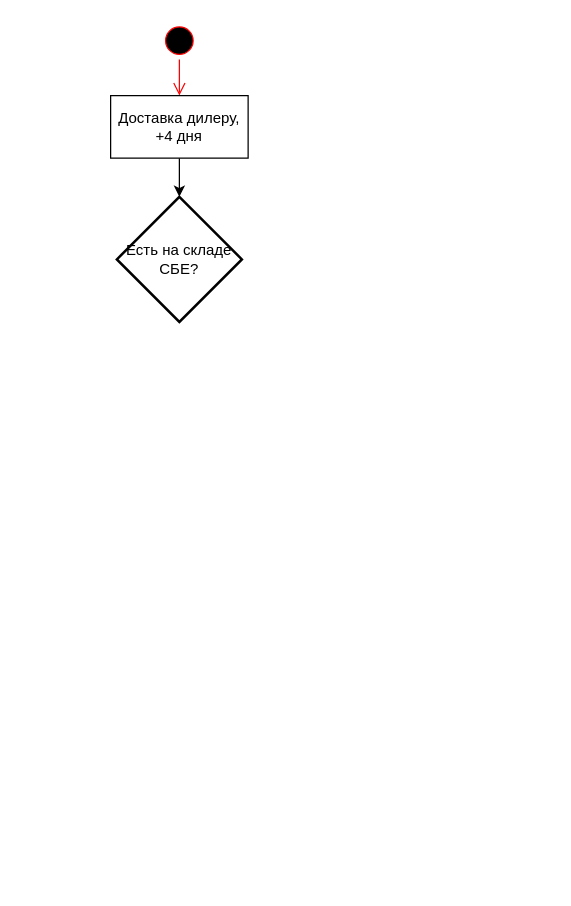
StanEkso/kanban-projecting keeps this draw.io diagram as page "Gates" (2 of 2) of activity.drawio. Above is the earlier version. Source tidied: cells renumbered, new cells numbered last; positions are measured from the earlier drawing's top-left corner, leaving out a move shared by most shapes. Both pictures are drawn from the tidied source at 125%, with x=0, y=0 at pixel (110, 21).
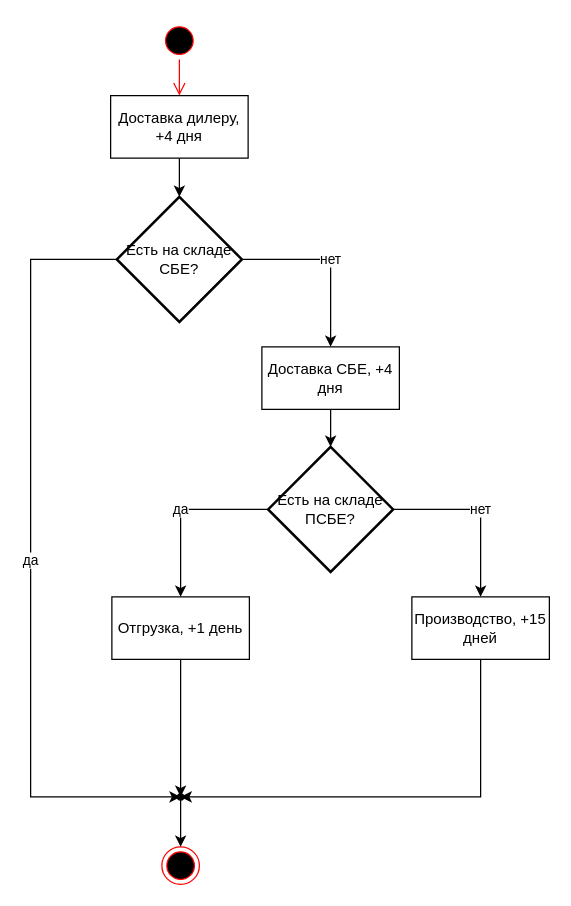
The same page after the edit.

Commit message:
feat: activity diagram to compute delivery date

The change refers to these unchanged cells:
```xml
<mxCell id="6" value="Есть на складе СБЕ?" style="strokeWidth=2;html=1;shape=mxgraph.flowchart.decision;whiteSpace=wrap;" parent="1" vertex="1">
  <mxGeometry x="5" y="140" width="100" height="100" as="geometry" />
</mxCell>
```

What changed in the source:
```diff
@@
+    <mxCell id="7" value="да" style="edgeStyle=orthogonalEdgeStyle;rounded=0;jettySize=auto;html=1;" parent="1" edge="1" source="6" target="20">
+      <mxGeometry relative="1" as="geometry">
+        <Array as="points">
+          <mxPoint x="-64" y="190" />
+          <mxPoint x="-64" y="620" />
+        </Array>
+      </mxGeometry>
+    </mxCell>
+    <mxCell id="8" value="нет" style="edgeStyle=orthogonalEdgeStyle;rounded=0;jettySize=auto;html=1;" parent="1" edge="1" source="6" target="10">
+      <mxGeometry relative="1" as="geometry" />
+    </mxCell>
@@
+    <mxCell id="9" style="edgeStyle=orthogonalEdgeStyle;rounded=0;jettySize=auto;html=1;" parent="1" edge="1" source="10" target="13">
+      <mxGeometry relative="1" as="geometry" />
+    </mxCell>
+    <mxCell id="10" value="Доставка СБЕ, +4 дня" style="html=1;whiteSpace=wrap;" parent="1" vertex="1">
+      <mxGeometry x="121" y="260" width="110" height="50" as="geometry" />
+    </mxCell>
+    <mxCell id="11" value="нет" style="edgeStyle=orthogonalEdgeStyle;rounded=0;jettySize=auto;html=1;" parent="1" edge="1" source="13" target="15">
+      <mxGeometry relative="1" as="geometry" />
+    </mxCell>
+    <mxCell id="12" value="да" style="edgeStyle=orthogonalEdgeStyle;rounded=0;jettySize=auto;html=1;" parent="1" edge="1" source="13" target="17">
+      <mxGeometry relative="1" as="geometry" />
+    </mxCell>
+    <mxCell id="13" value="Есть на складе ПСБЕ?" style="strokeWidth=2;html=1;shape=mxgraph.flowchart.decision;whiteSpace=wrap;" parent="1" vertex="1">
+      <mxGeometry x="126" y="340" width="100" height="100" as="geometry" />
+    </mxCell>
+    <mxCell id="14" style="edgeStyle=orthogonalEdgeStyle;rounded=0;jettySize=auto;html=1;" parent="1" edge="1" source="15">
+      <mxGeometry relative="1" as="geometry">
+        <mxPoint x="56" y="620" as="targetPoint" />
+        <Array as="points">
+          <mxPoint x="296" y="620" />
+        </Array>
+      </mxGeometry>
+    </mxCell>
+    <mxCell id="15" value="Производство, +15 дней" style="html=1;whiteSpace=wrap;" parent="1" vertex="1">
+      <mxGeometry x="241" y="460" width="110" height="50" as="geometry" />
+    </mxCell>
+    <mxCell id="16" style="edgeStyle=orthogonalEdgeStyle;rounded=0;jettySize=auto;html=1;" parent="1" edge="1" source="17">
+      <mxGeometry relative="1" as="geometry">
+        <mxPoint x="56" y="620" as="targetPoint" />
+      </mxGeometry>
+    </mxCell>
+    <mxCell id="17" value="Отгрузка, +1 день" style="html=1;whiteSpace=wrap;" parent="1" vertex="1">
+      <mxGeometry x="1" y="460" width="110" height="50" as="geometry" />
+    </mxCell>
+    <mxCell id="18" style="ellipse;html=1;shape=endState;fillColor=#000000;strokeColor=#ff0000;" parent="1" vertex="1">
+      <mxGeometry x="41" y="660" width="30" height="30" as="geometry" />
+    </mxCell>
+    <mxCell id="19" style="edgeStyle=orthogonalEdgeStyle;rounded=0;jettySize=auto;html=1;" parent="1" edge="1" source="20" target="18">
+      <mxGeometry relative="1" as="geometry" />
+    </mxCell>
+    <mxCell id="20" style="shape=waypoint;sketch=0;fillStyle=solid;size=6;points=[];fillColor=none;perimeter=centerPerimeter;snapToPoint=1;" parent="1" vertex="1">
+      <mxGeometry x="46" y="610" width="20" height="20" as="geometry" />
+    </mxCell>
```
